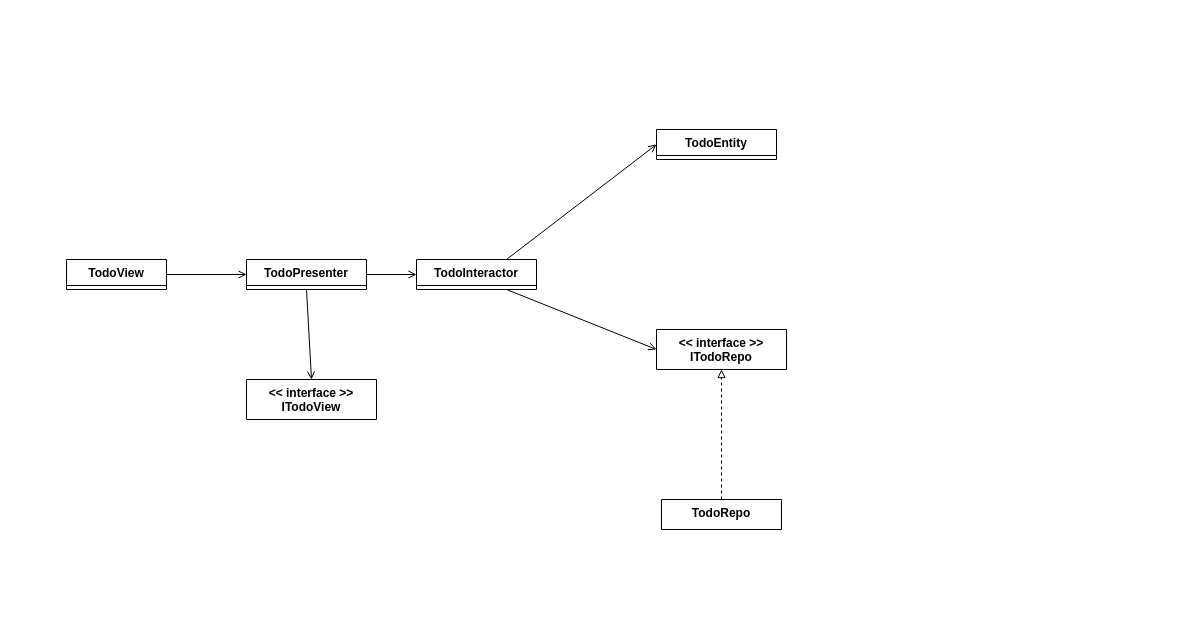
This is page "VIPER_ClassDiagram" (3 of 4) of usecase.dio from rickiedev/viper-vue, a draw.io file, before an edit. Source tidied: cells renumbered, new cells numbered last; positions are measured from the earlier drawing's top-left corner, leaving out a move shared by most shapes. Both pictures are drawn from the tidied source at 100%, with x=0, y=0 at pixel (66, 129).
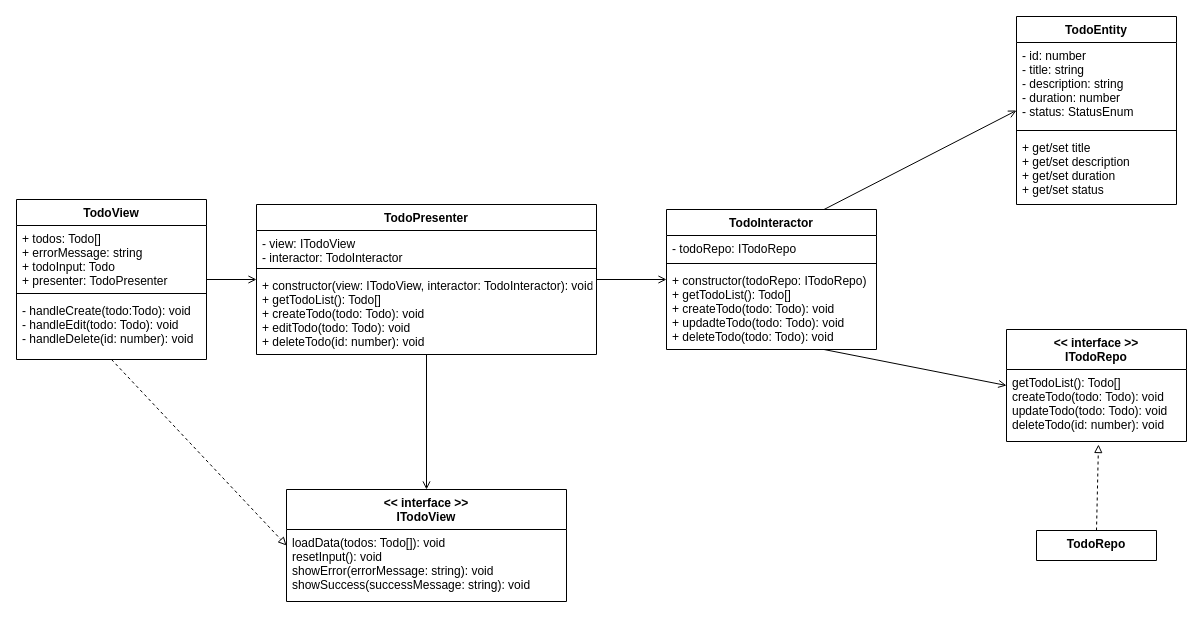
Above is the later version.

Diff of the diagram source:
```diff
@@
-    <mxCell id="2" value="&lt;&lt; interface &gt;&gt;&#10;ITodoView" style="swimlane;fontStyle=1;align=center;verticalAlign=top;horizontal=1;startSize=40;" parent="1" vertex="1" collapsed="1">
-      <mxGeometry x="180" y="250" width="130" height="40" as="geometry" />
+    <mxCell id="2" value="&lt;&lt; interface &gt;&gt;&#10;ITodoView" style="swimlane;fontStyle=1;align=center;verticalAlign=top;horizontal=1;startSize=40;" parent="1" vertex="1">
+      <mxGeometry x="220" y="360" width="280" height="112" as="geometry" />
     </mxCell>
+    <mxCell id="15" value="loadData(todos: Todo[]): void&#10;resetInput(): void&#10;showError(errorMessage: string): void&#10;showSuccess(successMessage: string): void" style="text;strokeColor=none;fillColor=none;align=left;verticalAlign=top;spacingLeft=4;spacingRight=4;overflow=hidden;" parent="2" vertex="1">
+      <mxGeometry y="40" width="280" height="72" as="geometry" />
+    </mxCell>
-    <mxCell id="3" style="edgeStyle=none;html=1;exitX=0.5;exitY=0;exitDx=0;exitDy=0;fontColor=#FFFFFF;endArrow=block;endFill=0;dashed=1;entryX=0.5;entryY=1;entryDx=0;entryDy=0;" parent="1" edge="1" source="4" target="13">
+    <mxCell id="3" style="edgeStyle=none;html=1;exitX=0.5;exitY=0;exitDx=0;exitDy=0;fontColor=#FFFFFF;endArrow=block;endFill=0;dashed=1;entryX=0.511;entryY=1.042;entryDx=0;entryDy=0;entryPerimeter=0;" parent="1" edge="1" source="4" target="25">
       <mxGeometry relative="1" as="geometry" />
     </mxCell>
     <mxCell id="4" value="TodoRepo" style="swimlane;fontStyle=1;align=center;verticalAlign=top;horizontal=1;startSize=60;" parent="1" vertex="1" collapsed="1">
-      <mxGeometry x="595" y="370" width="120" height="30" as="geometry" />
+      <mxGeometry x="970" y="401" width="120" height="30" as="geometry" />
     </mxCell>
-    <mxCell id="5" value="TodoEntity" style="swimlane;fontStyle=1;align=center;verticalAlign=top;horizontal=1;startSize=26;" parent="1" vertex="1" collapsed="1">
-      <mxGeometry x="590" width="120" height="30" as="geometry" />
+    <mxCell id="5" value="TodoEntity" style="swimlane;fontStyle=1;align=center;verticalAlign=top;horizontal=1;startSize=26;" parent="1" vertex="1">
+      <mxGeometry x="950" y="-113" width="160" height="188" as="geometry" />
     </mxCell>
+    <mxCell id="16" value="- id: number&#10;- title: string&#10;- description: string&#10;- duration: number&#10;- status: StatusEnum" style="text;strokeColor=none;fillColor=none;align=left;verticalAlign=top;spacingLeft=4;spacingRight=4;overflow=hidden;" parent="5" vertex="1">
+      <mxGeometry y="26" width="160" height="84" as="geometry" />
+    </mxCell>
+    <mxCell id="17" style="line;strokeWidth=1;fillColor=none;align=left;verticalAlign=middle;spacingTop=-1;spacingLeft=3;spacingRight=3;labelPosition=right;strokeColor=inherit;" parent="5" vertex="1">
+      <mxGeometry y="110" width="160" height="8" as="geometry" />
+    </mxCell>
+    <mxCell id="18" value="+ get/set title&#10;+ get/set description&#10;+ get/set duration&#10;+ get/set status" style="text;strokeColor=none;fillColor=none;align=left;verticalAlign=top;spacingLeft=4;spacingRight=4;overflow=hidden;" parent="5" vertex="1">
+      <mxGeometry y="118" width="160" height="70" as="geometry" />
+    </mxCell>
@@
-    <mxCell id="8" value="TodoPresenter" style="swimlane;fontStyle=1;align=center;verticalAlign=top;horizontal=1;startSize=26;" parent="1" vertex="1" collapsed="1">
-      <mxGeometry x="180" y="130" width="120" height="30" as="geometry" />
+    <mxCell id="8" value="TodoPresenter" style="swimlane;fontStyle=1;align=center;verticalAlign=top;horizontal=1;startSize=26;" parent="1" vertex="1">
+      <mxGeometry x="190" y="75" width="340" height="150" as="geometry" />
     </mxCell>
+    <mxCell id="19" value="- view: ITodoView&#10;- interactor: TodoInteractor" style="text;strokeColor=none;fillColor=none;align=left;verticalAlign=top;spacingLeft=4;spacingRight=4;overflow=hidden;" parent="8" vertex="1">
+      <mxGeometry y="26" width="340" height="34" as="geometry" />
+    </mxCell>
+    <mxCell id="20" style="line;strokeWidth=1;fillColor=none;align=left;verticalAlign=middle;spacingTop=-1;spacingLeft=3;spacingRight=3;labelPosition=right;strokeColor=inherit;" parent="8" vertex="1">
+      <mxGeometry y="60" width="340" height="8" as="geometry" />
+    </mxCell>
+    <mxCell id="21" value="+ constructor(view: ITodoView, interactor: TodoInteractor): void&#10;+ getTodoList(): Todo[]&#10;+ createTodo(todo: Todo): void&#10;+ editTodo(todo: Todo): void&#10;+ deleteTodo(id: number): void" style="text;strokeColor=none;fillColor=none;align=left;verticalAlign=top;spacingLeft=4;spacingRight=4;overflow=hidden;" parent="8" vertex="1">
+      <mxGeometry y="68" width="340" height="82" as="geometry" />
+    </mxCell>
@@
-    <mxCell id="11" value="TodoInteractor" style="swimlane;fontStyle=1;align=center;verticalAlign=top;horizontal=1;startSize=26;" parent="1" vertex="1" collapsed="1">
-      <mxGeometry x="350" y="130" width="120" height="30" as="geometry" />
+    <mxCell id="11" value="TodoInteractor" style="swimlane;fontStyle=1;align=center;verticalAlign=top;horizontal=1;startSize=26;" parent="1" vertex="1">
+      <mxGeometry x="600" y="80" width="210" height="140" as="geometry" />
     </mxCell>
+    <mxCell id="22" value="- todoRepo: ITodoRepo" style="text;strokeColor=none;fillColor=none;align=left;verticalAlign=top;spacingLeft=4;spacingRight=4;overflow=hidden;" parent="11" vertex="1">
+      <mxGeometry y="26" width="210" height="24" as="geometry" />
+    </mxCell>
+    <mxCell id="23" style="line;strokeWidth=1;fillColor=none;align=left;verticalAlign=middle;spacingTop=-1;spacingLeft=3;spacingRight=3;labelPosition=right;strokeColor=inherit;" parent="11" vertex="1">
+      <mxGeometry y="50" width="210" height="8" as="geometry" />
+    </mxCell>
+    <mxCell id="24" value="+ constructor(todoRepo: ITodoRepo)&#10;+ getTodoList(): Todo[]&#10;+ createTodo(todo: Todo): void&#10;+ updadteTodo(todo: Todo): void&#10;+ deleteTodo(todo: Todo): void" style="text;strokeColor=none;fillColor=none;align=left;verticalAlign=top;spacingLeft=4;spacingRight=4;overflow=hidden;" parent="11" vertex="1">
+      <mxGeometry y="58" width="210" height="82" as="geometry" />
+    </mxCell>
@@
-    <mxCell id="13" value="&lt;&lt; interface &gt;&gt;&#10;ITodoRepo" style="swimlane;fontStyle=1;align=center;verticalAlign=top;horizontal=1;startSize=40;" parent="1" vertex="1" collapsed="1">
-      <mxGeometry x="590" y="200" width="130" height="40" as="geometry" />
+    <mxCell id="13" value="&lt;&lt; interface &gt;&gt;&#10;ITodoRepo" style="swimlane;fontStyle=1;align=center;verticalAlign=top;horizontal=1;startSize=40;" parent="1" vertex="1">
+      <mxGeometry x="940" y="200" width="180" height="112" as="geometry" />
     </mxCell>
+    <mxCell id="25" value="getTodoList(): Todo[]&#10;createTodo(todo: Todo): void&#10;updateTodo(todo: Todo): void&#10;deleteTodo(id: number): void" style="text;strokeColor=none;fillColor=none;align=left;verticalAlign=top;spacingLeft=4;spacingRight=4;overflow=hidden;points=[[0,0.5],[1,0.5]];portConstraint=eastwest;" parent="13" vertex="1">
+      <mxGeometry y="40" width="180" height="72" as="geometry" />
+    </mxCell>
+    <mxCell id="26" style="edgeStyle=none;html=1;exitX=0.5;exitY=1;exitDx=0;exitDy=0;entryX=0;entryY=0.5;entryDx=0;entryDy=0;endArrow=block;endFill=0;dashed=1;" parent="1" edge="1" source="14" target="2">
+      <mxGeometry relative="1" as="geometry" />
+    </mxCell>
-    <mxCell id="14" value="TodoView" style="swimlane;fontStyle=1;align=center;verticalAlign=top;horizontal=1;startSize=26;" parent="1" vertex="1" collapsed="1">
-      <mxGeometry y="130" width="100" height="30" as="geometry" />
+    <mxCell id="14" value="TodoView" style="swimlane;fontStyle=1;align=center;verticalAlign=top;horizontal=1;startSize=26;" parent="1" vertex="1">
+      <mxGeometry x="-50" y="70" width="190" height="160" as="geometry" />
     </mxCell>
+    <mxCell id="27" value="+ todos: Todo[]&#10;+ errorMessage: string&#10;+ todoInput: Todo&#10;+ presenter: TodoPresenter" style="text;strokeColor=none;fillColor=none;align=left;verticalAlign=top;spacingLeft=4;spacingRight=4;overflow=hidden;" parent="14" vertex="1">
+      <mxGeometry y="26" width="190" height="64" as="geometry" />
+    </mxCell>
+    <mxCell id="28" style="line;strokeWidth=1;fillColor=none;align=left;verticalAlign=middle;spacingTop=-1;spacingLeft=3;spacingRight=3;labelPosition=right;strokeColor=inherit;" parent="14" vertex="1">
+      <mxGeometry y="90" width="190" height="8" as="geometry" />
+    </mxCell>
+    <mxCell id="29" value="- handleCreate(todo:Todo): void&#10;- handleEdit(todo: Todo): void&#10;- handleDelete(id: number): void" style="text;strokeColor=none;fillColor=none;align=left;verticalAlign=top;spacingLeft=4;spacingRight=4;overflow=hidden;" parent="14" vertex="1">
+      <mxGeometry y="98" width="190" height="62" as="geometry" />
+    </mxCell>
```
